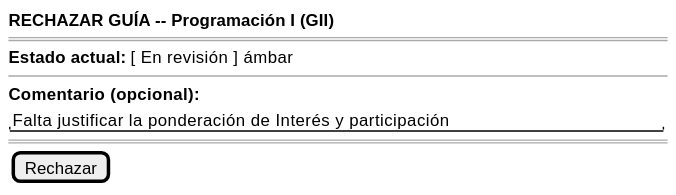
mmasias/pyCeldaPublico keeps this PlantUML diagram as images/RUP/01-requisitos/03-detalle-casos-uso/rechazarGuia/wireframe.svg. Above is the earlier version. Its diagram source:
```plantuml
@startsalt rechazarGuia-wireframe
{
    <b>RECHAZAR GUÍA -- Programación I (GII)</b>
    ====
    <b>Estado actual:</b> [ En revisión ] ámbar
    --
    <b>Comentario (opcional):</b>
    "Falta justificar la ponderación de Interés y participación"
    ====
    {[Rechazar]}
}
@endsalt
```
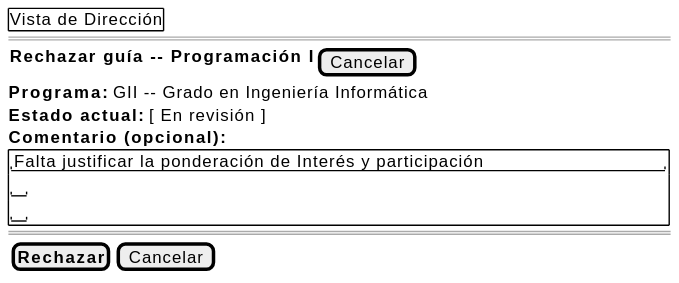
The same file after the commit.

The edit, as a diff of the source:
```diff
@@ -1,12 +1,17 @@
 @startsalt rechazarGuia-wireframe
 {
-    <b>RECHAZAR GUÍA -- Programación I (GII)</b>
+    {+ Vista de Dirección }
     ====
-    <b>Estado actual:</b> [ En revisión ] ámbar
-    --
+    {<b>Rechazar guía -- Programación I</b> | [Cancelar]}
+    <b>Programa:</b> GII -- Grado en Ingeniería Informática
+    <b>Estado actual:</b> [ En revisión ]
     <b>Comentario (opcional):</b>
-    "Falta justificar la ponderación de Interés y participación"
+    {+
+        "Falta justificar la ponderación de Interés y participación"
+        " "
+        " "
+    }
     ====
-    {[Rechazar]}
+    {[<b>Rechazar</b>] | [Cancelar]}
 }
 @endsalt
```
